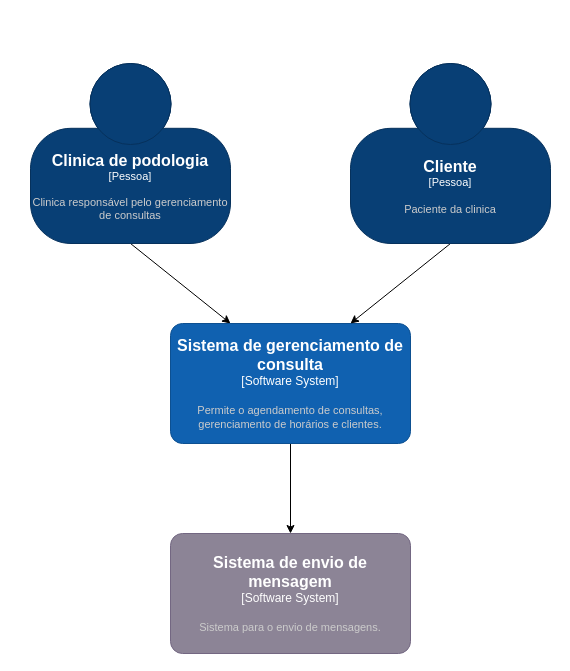
Before: page "Contexto" (1 of 3) of ModeloC4-PodoCris.drawio in JayanaCecilia/PIM-PodoCris, a draw.io diagram. Source tidied: cells renumbered, new cells numbered last; positions are measured from the earlier drawing's top-left corner, leaving out a move shared by most shapes. Both pictures are drawn from the tidied source at 100%, with x=0, y=0 at pixel (30, 63).
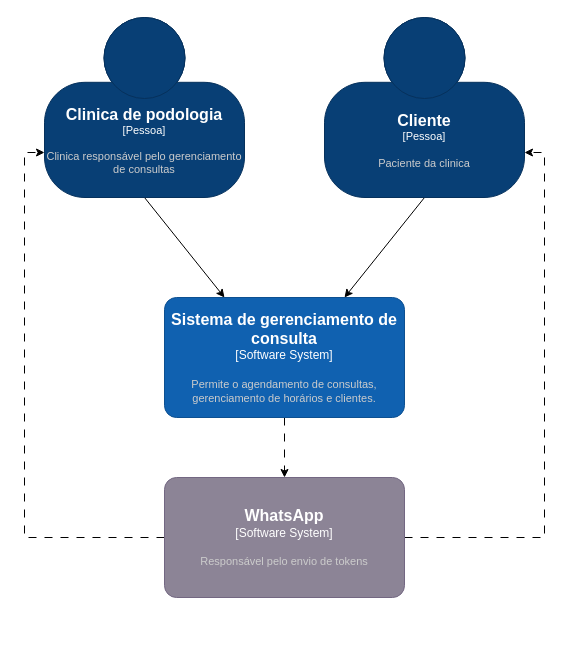
The same diagram, later.

The edit, as a diff of the source:
```diff
@@
 <mxGraphModel>
   <root>
     <mxCell id="0" />
     <mxCell id="1" parent="0" />
     <mxCell id="2" style="rounded=0;jettySize=auto;html=1;entryX=0.25;entryY=0;entryDx=0;entryDy=0;entryPerimeter=0;exitX=0.5;exitY=1;exitDx=0;exitDy=0;exitPerimeter=0;" parent="1" edge="1" source="3" target="5">
       <mxGeometry relative="1" as="geometry" />
     </mxCell>
     <object id="3" label="&lt;font style=&quot;font-size: 16px&quot;&gt;&lt;b&gt;%c4Name%&lt;/b&gt;&lt;/font&gt;&lt;div&gt;[%c4Type%]&lt;/div&gt;&lt;br&gt;&lt;div&gt;&lt;font style=&quot;font-size: 11px&quot;&gt;&lt;font color=&quot;#cccccc&quot;&gt;%c4Description%&lt;/font&gt;&lt;/div&gt;" c4Description="Clinica responsável pelo gerenciamento de consultas" c4Name="Clinica de podologia" c4Type="Pessoa" placeholders="1">
       <mxCell style="html=1;fontSize=11;dashed=0;whiteSpace=wrap;fillColor=#083F75;strokeColor=#06315C;fontColor=#ffffff;shape=mxgraph.c4.person2;align=center;points=[[0.5,0,0],[1,0.5,0],[1,0.75,0],[0.75,1,0],[0.5,1,0],[0.25,1,0],[0,0.75,0],[0,0.5,0]];" parent="1" vertex="1">
-        <mxGeometry width="200" height="180" as="geometry" />
+        <mxGeometry x="14" y="-46" width="200" height="180" as="geometry" />
       </mxCell>
     </object>
-    <mxCell id="4" style="edgeStyle=orthogonalEdgeStyle;rounded=0;jettySize=auto;html=1;exitX=0.5;exitY=1;exitDx=0;exitDy=0;exitPerimeter=0;entryX=0.5;entryY=0;entryDx=0;entryDy=0;entryPerimeter=0;" parent="1" edge="1" source="5" target="8">
+    <mxCell id="4" style="edgeStyle=orthogonalEdgeStyle;rounded=0;jettySize=auto;html=1;exitX=0.5;exitY=1;exitDx=0;exitDy=0;exitPerimeter=0;entryX=0.5;entryY=0;entryDx=0;entryDy=0;entryPerimeter=0;dashed=1;dashPattern=8 8;" parent="1" edge="1" source="5" target="8">
       <mxGeometry relative="1" as="geometry" />
     </mxCell>
     <object id="5" label="&lt;font style=&quot;font-size: 16px&quot;&gt;&lt;b&gt;%c4Name%&lt;/b&gt;&lt;/font&gt;&lt;div&gt;[%c4Type%]&lt;/div&gt;&lt;br&gt;&lt;div&gt;&lt;font style=&quot;font-size: 11px&quot;&gt;&lt;font color=&quot;#cccccc&quot;&gt;%c4Description%&lt;/font&gt;&lt;/div&gt;" c4Description="Permite o agendamento de consultas, gerenciamento de horários e clientes." c4Name="Sistema de gerenciamento de consulta" c4Type="Software System" placeholders="1">
       <mxCell style="rounded=1;whiteSpace=wrap;html=1;labelBackgroundColor=none;fillColor=#1061B0;fontColor=#ffffff;align=center;arcSize=10;strokeColor=#0D5091;points=[[0.25,0,0],[0.5,0,0],[0.75,0,0],[1,0.25,0],[1,0.5,0],[1,0.75,0],[0.75,1,0],[0.5,1,0],[0.25,1,0],[0,0.75,0],[0,0.5,0],[0,0.25,0]];" parent="1" vertex="1">
-        <mxGeometry x="140" y="260" width="240" height="120" as="geometry" />
+        <mxGeometry x="134" y="234" width="240" height="120" as="geometry" />
       </mxCell>
     </object>
     <mxCell id="6" style="rounded=0;jettySize=auto;html=1;exitX=0.5;exitY=1;exitDx=0;exitDy=0;exitPerimeter=0;entryX=0.75;entryY=0;entryDx=0;entryDy=0;entryPerimeter=0;" parent="1" edge="1" source="7" target="5">
       <mxGeometry relative="1" as="geometry" />
     </mxCell>
     <object id="7" label="&lt;font style=&quot;font-size: 16px&quot;&gt;&lt;b&gt;%c4Name%&lt;/b&gt;&lt;/font&gt;&lt;div&gt;[%c4Type%]&lt;/div&gt;&lt;br&gt;&lt;div&gt;&lt;font style=&quot;font-size: 11px&quot;&gt;&lt;font color=&quot;#cccccc&quot;&gt;%c4Description%&lt;/font&gt;&lt;/div&gt;" c4Description="Paciente da clinica" c4Name="Cliente" c4Type="Pessoa" placeholders="1">
       <mxCell style="html=1;fontSize=11;dashed=0;whiteSpace=wrap;fillColor=#083F75;strokeColor=#06315C;fontColor=#ffffff;shape=mxgraph.c4.person2;align=center;points=[[0.5,0,0],[1,0.5,0],[1,0.75,0],[0.75,1,0],[0.5,1,0],[0.25,1,0],[0,0.75,0],[0,0.5,0]];" parent="1" vertex="1">
-        <mxGeometry x="320" width="200" height="180" as="geometry" />
+        <mxGeometry x="294" y="-46" width="200" height="180" as="geometry" />
       </mxCell>
     </object>
+    <mxCell id="9" style="edgeStyle=orthogonalEdgeStyle;rounded=0;jettySize=auto;html=1;exitX=1;exitY=0.5;exitDx=0;exitDy=0;exitPerimeter=0;entryX=1;entryY=0.75;entryDx=0;entryDy=0;entryPerimeter=0;dashed=1;dashPattern=8 8;" parent="1" edge="1" source="8" target="7">
+      <mxGeometry relative="1" as="geometry" />
+    </mxCell>
+    <mxCell id="10" style="edgeStyle=orthogonalEdgeStyle;rounded=0;jettySize=auto;html=1;exitX=0;exitY=0.5;exitDx=0;exitDy=0;exitPerimeter=0;entryX=0;entryY=0.75;entryDx=0;entryDy=0;entryPerimeter=0;dashed=1;dashPattern=8 8;" parent="1" edge="1" source="8" target="3">
+      <mxGeometry relative="1" as="geometry" />
+    </mxCell>
-    <object id="8" label="&lt;font style=&quot;font-size: 16px&quot;&gt;&lt;b&gt;%c4Name%&lt;/b&gt;&lt;/font&gt;&lt;div&gt;[%c4Type%]&lt;/div&gt;&lt;br&gt;&lt;div&gt;&lt;font style=&quot;font-size: 11px&quot;&gt;&lt;font color=&quot;#cccccc&quot;&gt;%c4Description%&lt;/font&gt;&lt;/div&gt;" c4Description="Sistema para o envio de mensagens." c4Name="Sistema de envio de mensagem" c4Type="Software System" placeholders="1">
+    <object id="8" label="&lt;font style=&quot;font-size: 16px&quot;&gt;&lt;b&gt;%c4Name%&lt;/b&gt;&lt;/font&gt;&lt;div&gt;[%c4Type%]&lt;/div&gt;&lt;br&gt;&lt;div&gt;&lt;font style=&quot;font-size: 11px&quot;&gt;&lt;font color=&quot;#cccccc&quot;&gt;%c4Description%&lt;/font&gt;&lt;/div&gt;" c4Description="Responsável pelo envio de tokens" c4Name="WhatsApp" c4Type="Software System" placeholders="1">
       <mxCell style="rounded=1;whiteSpace=wrap;html=1;labelBackgroundColor=none;fillColor=#8C8496;fontColor=#ffffff;align=center;arcSize=10;strokeColor=#736782;points=[[0.25,0,0],[0.5,0,0],[0.75,0,0],[1,0.25,0],[1,0.5,0],[1,0.75,0],[0.75,1,0],[0.5,1,0],[0.25,1,0],[0,0.75,0],[0,0.5,0],[0,0.25,0]];" parent="1" vertex="1">
-        <mxGeometry x="140" y="470" width="240" height="120" as="geometry" />
+        <mxGeometry x="134" y="414" width="240" height="120" as="geometry" />
       </mxCell>
     </object>
   </root>
 </mxGraphModel>
```
